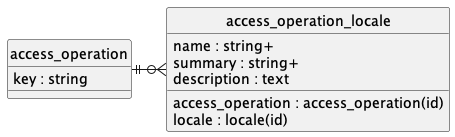
This is doc/concepts/access_operation/uml.png from contactopensource/contactopensource, a PlantUML export, as it was before one commit.
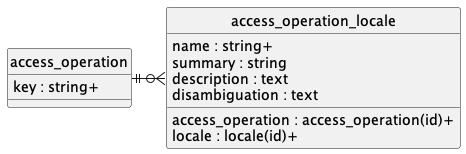
Later version of the same file.

The edit, as a diff of the source:
```diff
@@ -4,15 +4,16 @@
 hide circle
 
 entity access_operation {
-    key : string
+    key : string+
 }
 
 entity access_operation_locale {
-    access_operation : access_operation(id)
-    locale : locale(id)
+    access_operation : access_operation(id)+
+    locale : locale(id)+
     name : string+
-    summary : string+
+    summary : string
     description : text
+    disambiguation : text
 }
 
 access_operation ||-r-o{ access_operation_locale
```
